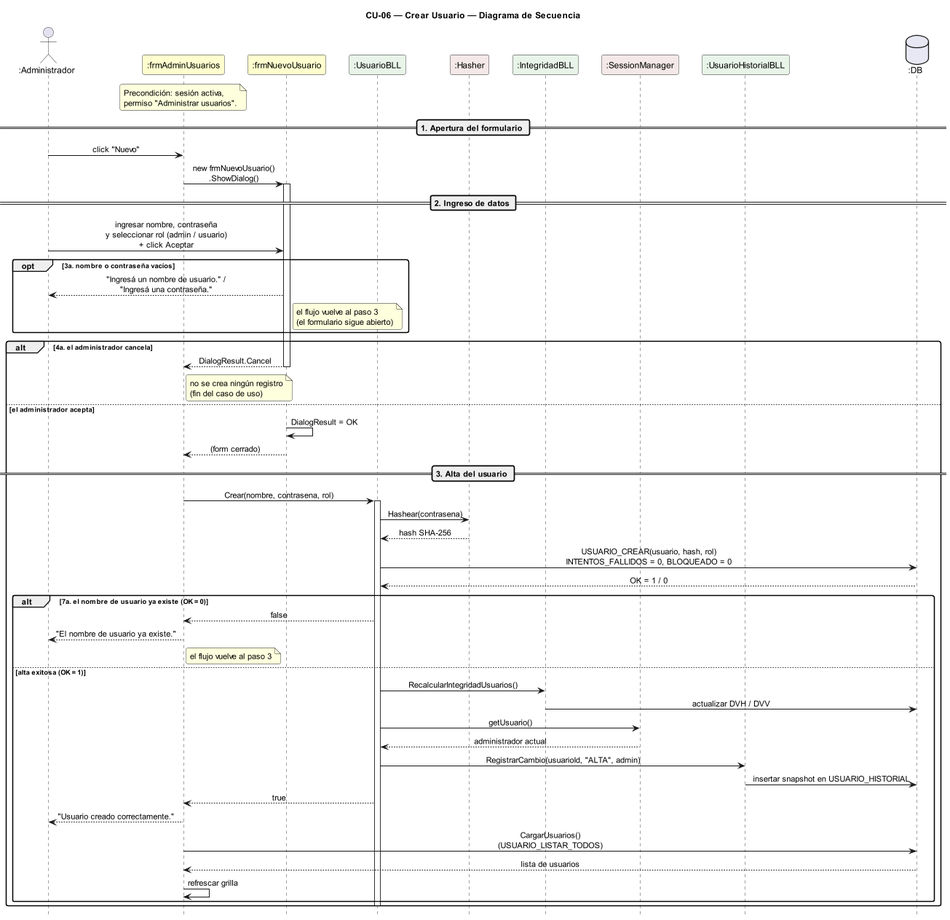
Before: DIAGRAMAS/DiagramaSecuencia_CU06_CrearUsuario.png, a diagram exported from PlantUML (Urrels/ingenieria_software).
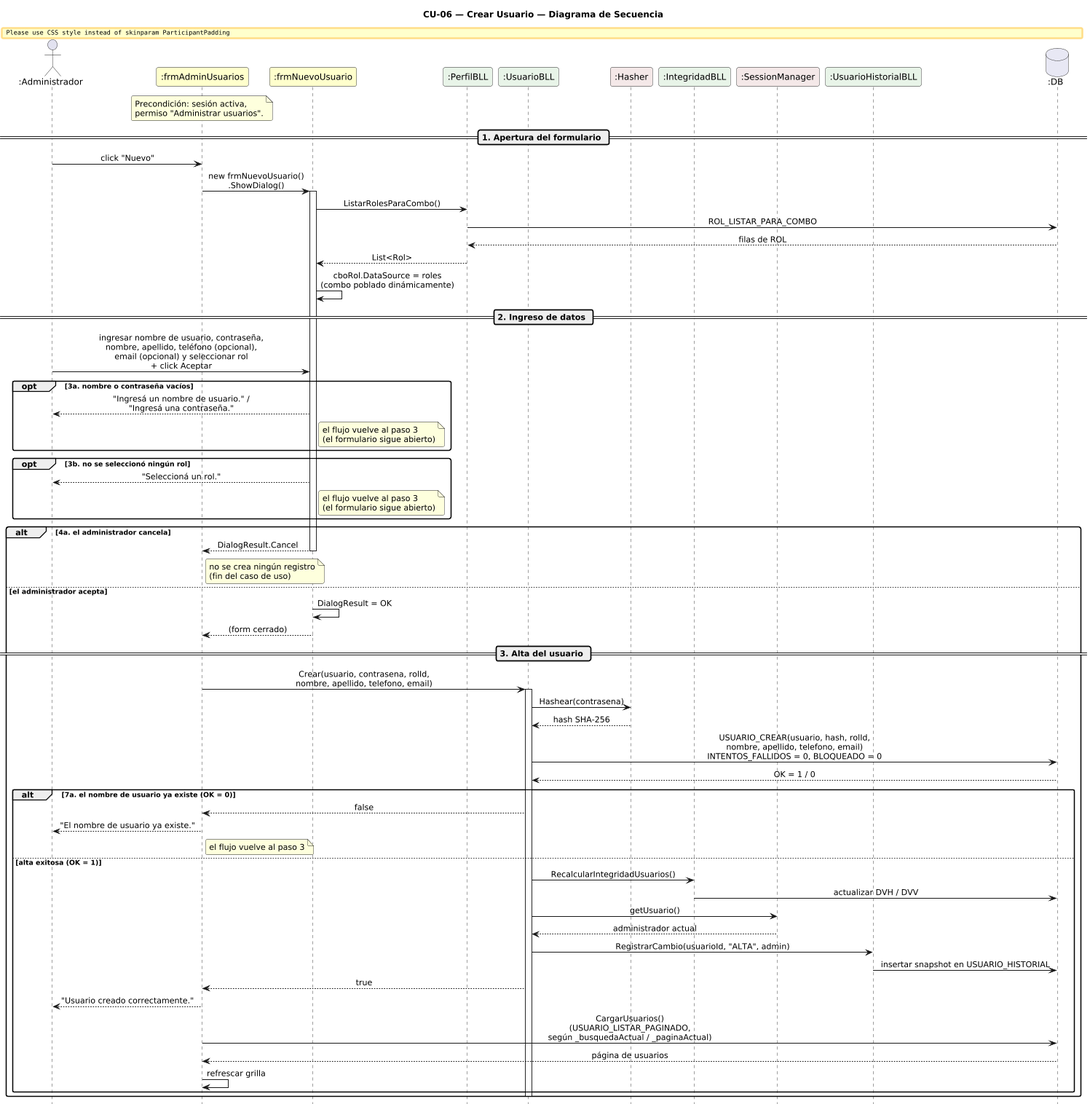
After the commit.

Commit message:
docs: corrige diagramas CU05/CU06 (idioma por usuario, modelo de rol real)

Diff of the diagram source:
```diff
@@ -13,6 +13,7 @@
 actor       ":Administrador"       as A
 participant ":frmAdminUsuarios"    as FA #FEFECE
 participant ":frmNuevoUsuario"     as FN #FEFECE
+participant ":PerfilBLL"           as PB #E8F4E8
 participant ":UsuarioBLL"          as UB #E8F4E8
 participant ":Hasher"              as H  #F4E8E8
 participant ":IntegridadBLL"       as IB #E8F4E8
@@ -31,12 +32,23 @@
 FA -> FN : new frmNuevoUsuario()\n.ShowDialog()
 activate FN
 
+FN -> PB : ListarRolesParaCombo()
+PB -> DB : ROL_LISTAR_PARA_COMBO
+DB --> PB : filas de ROL
+PB --> FN : List<Rol>
+FN -> FN : cboRol.DataSource = roles\n(combo poblado dinámicamente)
+
 == 2. Ingreso de datos ==
 
-A -> FN : ingresar nombre, contraseña\ny seleccionar rol (admin / usuario)\n+ click Aceptar
+A -> FN : ingresar nombre de usuario, contraseña,\nnombre, apellido, teléfono (opcional),\nemail (opcional) y seleccionar rol\n+ click Aceptar
 
 opt 3a. nombre o contraseña vacíos
   FN --> A : "Ingresá un nombre de usuario." /\n"Ingresá una contraseña."
+  note right of FN : el flujo vuelve al paso 3\n(el formulario sigue abierto)
+end
+
+opt 3b. no se seleccionó ningún rol
+  FN --> A : "Seleccioná un rol."
   note right of FN : el flujo vuelve al paso 3\n(el formulario sigue abierto)
 end
 
@@ -52,13 +64,13 @@
 
   == 3. Alta del usuario ==
 
-  FA -> UB : Crear(nombre, contrasena, rol)
+  FA -> UB : Crear(usuario, contrasena, rolId,\nnombre, apellido, telefono, email)
   activate UB
 
   UB -> H : Hashear(contrasena)
   H --> UB : hash SHA-256
 
-  UB -> DB : USUARIO_CREAR(usuario, hash, rol)\nINTENTOS_FALLIDOS = 0, BLOQUEADO = 0
+  UB -> DB : USUARIO_CREAR(usuario, hash, rolId,\nnombre, apellido, telefono, email)\nINTENTOS_FALLIDOS = 0, BLOQUEADO = 0
   DB --> UB : OK = 1 / 0
 
   alt 7a. el nombre de usuario ya existe (OK = 0)
@@ -78,8 +90,8 @@
 
     UB --> FA : true
     FA --> A : "Usuario creado correctamente."
-    FA -> DB : CargarUsuarios()\n(USUARIO_LISTAR_TODOS)
-    DB --> FA : lista de usuarios
+    FA -> DB : CargarUsuarios()\n(USUARIO_LISTAR_PAGINADO,\nsegún _busquedaActual / _paginaActual)
+    DB --> FA : página de usuarios
     FA -> FA : refrescar grilla
   end
   deactivate UB
```
